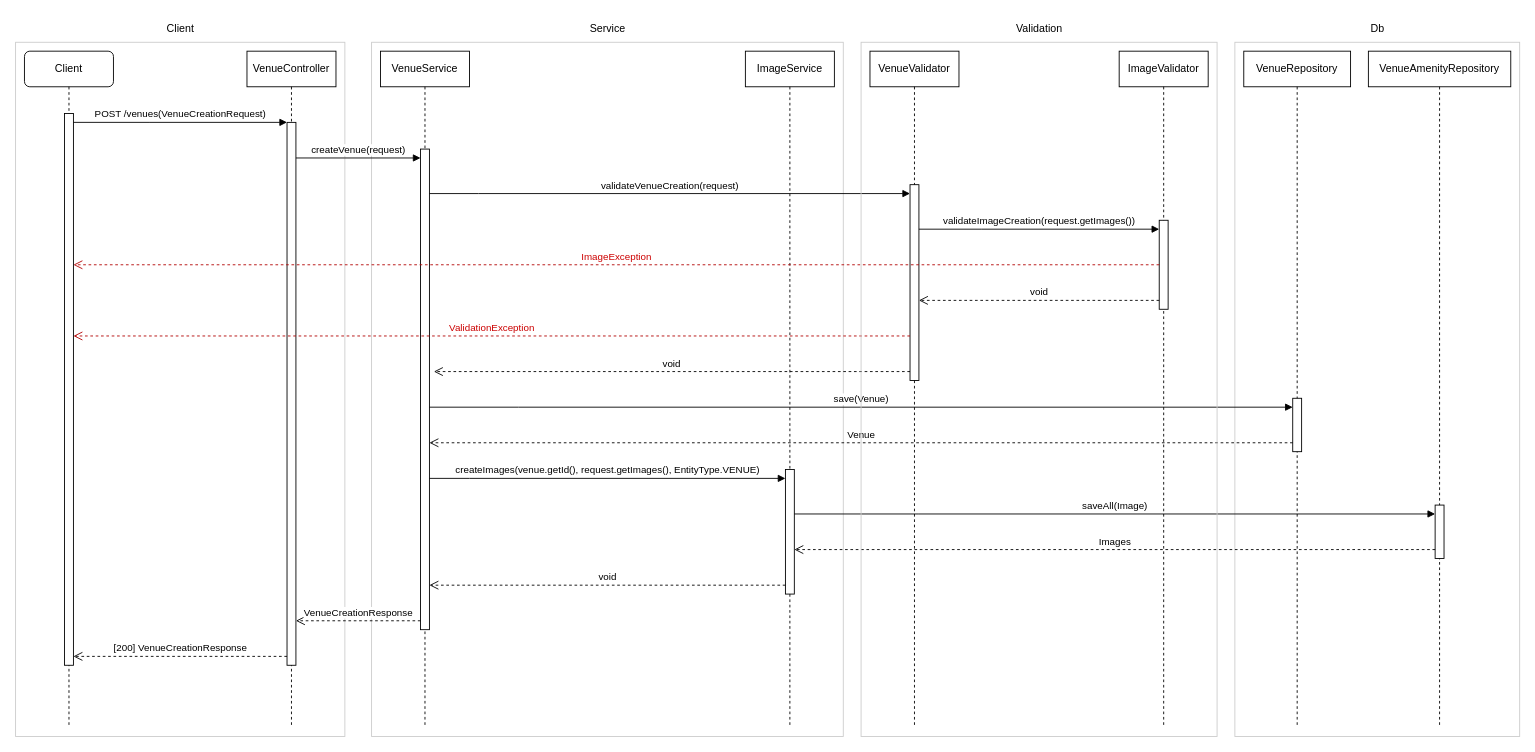
This is venue-service/docs/sequence/venue/venue-creation-sequence.drawio from mhmd-zbib/event-management-system, a draw.io file, before an edit. Source tidied: cells renumbered, new cells numbered last; positions are measured from the earlier drawing's top-left corner, leaving out a move shared by most shapes. Both pictures are drawn from the tidied source at 89%, with x=0, y=0 at pixel (15, 15).
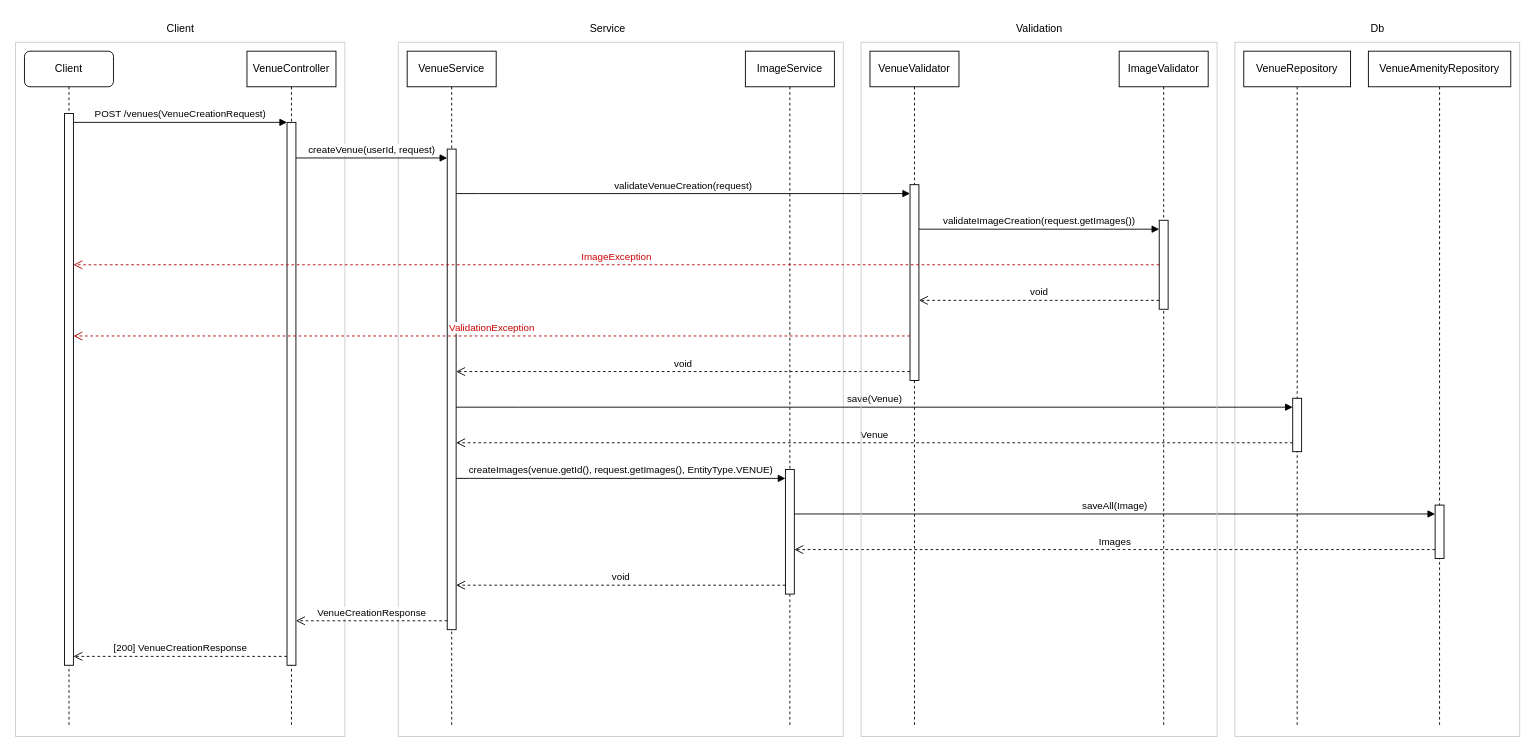
After the change.

Unchanged cells that the change refers to:
```xml
<mxCell id="8" style="html=1;points=[];perimeter=orthogonalPerimeter;outlineConnect=0;targetShapes=umlLifeline;portConstraint=eastwest;newEdgeStyle={&quot;edgeStyle&quot;:&quot;elbowEdgeStyle&quot;,&quot;elbow&quot;:&quot;vertical&quot;,&quot;curved&quot;:0,&quot;rounded&quot;:0};" parent="7" vertex="1">
  <mxGeometry x="45" y="80" width="10" height="610" as="geometry" />
</mxCell>
<mxCell id="11" style="html=1;points=[];perimeter=orthogonalPerimeter;outlineConnect=0;targetShapes=umlLifeline;portConstraint=eastwest;newEdgeStyle={&quot;edgeStyle&quot;:&quot;elbowEdgeStyle&quot;,&quot;elbow&quot;:&quot;vertical&quot;,&quot;curved&quot;:0,&quot;rounded&quot;:0};" parent="10" vertex="1">
  <mxGeometry x="45" y="110" width="10" height="540" as="geometry" />
</mxCell>
<mxCell id="14" style="html=1;points=[];perimeter=orthogonalPerimeter;outlineConnect=0;targetShapes=umlLifeline;portConstraint=eastwest;newEdgeStyle={&quot;edgeStyle&quot;:&quot;elbowEdgeStyle&quot;,&quot;elbow&quot;:&quot;vertical&quot;,&quot;curved&quot;:0,&quot;rounded&quot;:0};" parent="13" vertex="1">
  <mxGeometry x="45" y="150" width="10" height="220" as="geometry" />
</mxCell>
```

Diff of the diagram source:
```diff
@@
     <mxCell id="3" style="rounded=0;whiteSpace=wrap;html=1;fillColor=none;strokeColor=#CCCCCC;fontColor=light-dark(#ff0000, #ededed);" parent="1" vertex="1">
-      <mxGeometry x="400" y="30" width="530" height="780" as="geometry" />
+      <mxGeometry x="430" y="30" width="500" height="780" as="geometry" />
     </mxCell>
@@
     <mxCell id="10" value="VenueService" style="shape=umlLifeline;perimeter=lifelinePerimeter;whiteSpace=wrap;html=1;newEdgeStyle={&quot;edgeStyle&quot;:&quot;elbowEdgeStyle&quot;,&quot;elbow&quot;:&quot;vertical&quot;,&quot;curved&quot;:0,&quot;rounded&quot;:0};" parent="1" vertex="1">
-      <mxGeometry x="410" y="40" width="100" height="760" as="geometry" />
+      <mxGeometry x="440" y="40" width="100" height="760" as="geometry" />
     </mxCell>
@@
-    <mxCell id="20" value="void" style="html=1;verticalAlign=bottom;endArrow=open;dashed=1;endSize=8;edgeStyle=elbowEdgeStyle;elbow=vertical;curved=0;rounded=0;" parent="1" edge="1" source="14">
+    <mxCell id="20" value="void" style="html=1;verticalAlign=bottom;endArrow=open;dashed=1;endSize=8;edgeStyle=elbowEdgeStyle;elbow=vertical;curved=0;rounded=0;" parent="1" edge="1" source="14" target="11">
       <mxGeometry relative="1" as="geometry">
-        <mxPoint x="470" y="400" as="targetPoint" />
         <Array as="points">
           <mxPoint x="650" y="400" />
           <mxPoint x="675" y="520" />
         </Array>
       </mxGeometry>
     </mxCell>
@@
-    <mxCell id="38" value="createVenue(request)" style="html=1;verticalAlign=bottom;endArrow=block;edgeStyle=elbowEdgeStyle;elbow=vertical;curved=0;rounded=0;" parent="1" edge="1" source="8" target="11">
+    <mxCell id="38" value="createVenue(userId, request)" style="html=1;verticalAlign=bottom;endArrow=block;edgeStyle=elbowEdgeStyle;elbow=vertical;curved=0;rounded=0;" parent="1" edge="1" source="8" target="11">
       <mxGeometry relative="1" as="geometry">
         <Array as="points">
           <mxPoint x="370" y="160" />
         </Array>
       </mxGeometry>
     </mxCell>
```
